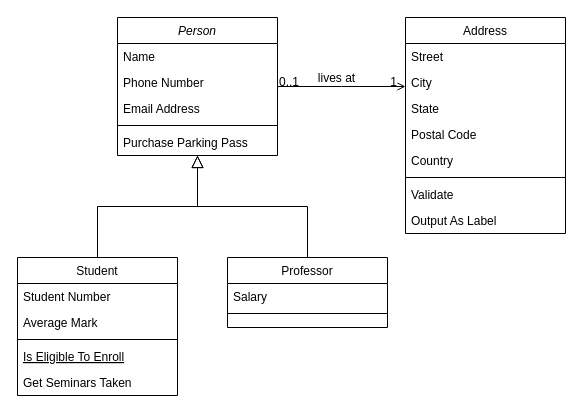
Above: 未命名绘图.drawio in PointerTan/JSstack (draw.io), before the change. Source tidied: cells renumbered, new cells numbered last; positions are measured from the earlier drawing's top-left corner, leaving out a move shared by most shapes. Both pictures are drawn from the tidied source at 100%, with x=0, y=0 at pixel (17, 17).
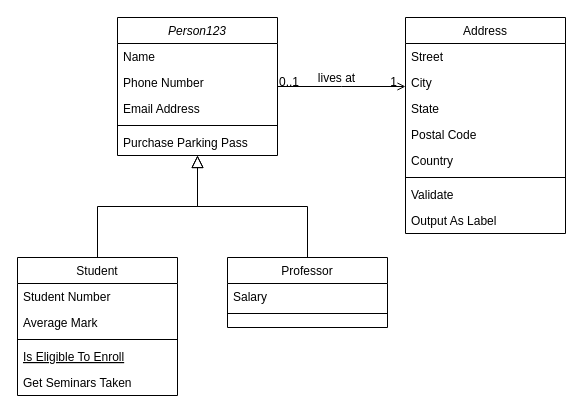
The same diagram, later.

Commit message:
更新未命名绘图.drawio

What changed in the source:
```diff
@@
-    <mxCell id="2" value="Person" style="swimlane;fontStyle=2;align=center;verticalAlign=top;horizontal=1;startSize=26;rounded=0;shadow=0;strokeWidth=1;" parent="1" vertex="1">
+    <mxCell id="2" value="Person123" style="swimlane;fontStyle=2;align=center;verticalAlign=top;horizontal=1;startSize=26;rounded=0;shadow=0;strokeWidth=1;" parent="1" vertex="1">
       <mxGeometry x="100" width="160" height="138" as="geometry" />
     </mxCell>
```
